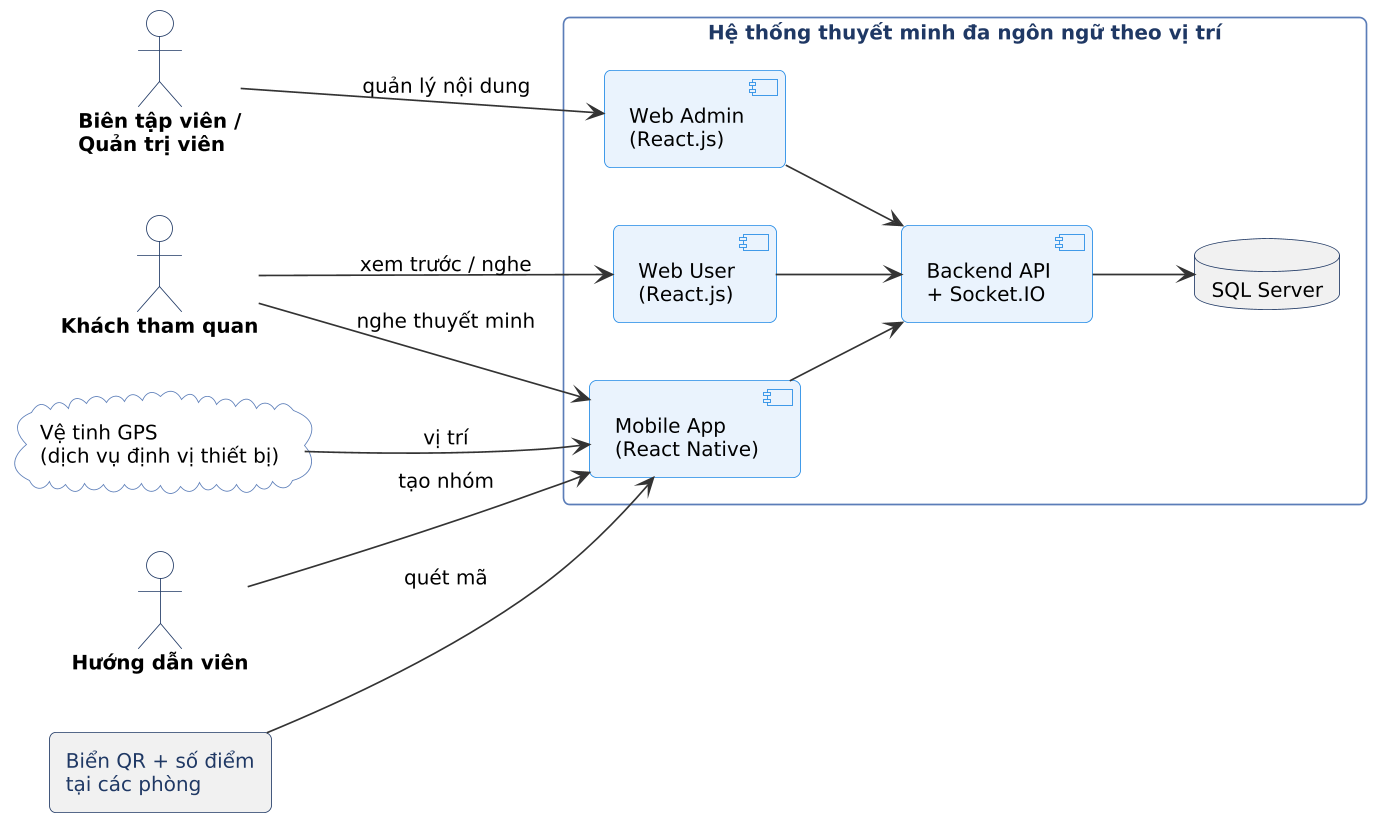
Before: docs/diagrams/context.png, a diagram exported from PlantUML (quangdieuluong2006-ctrl/CNPM_DinhDocLap).
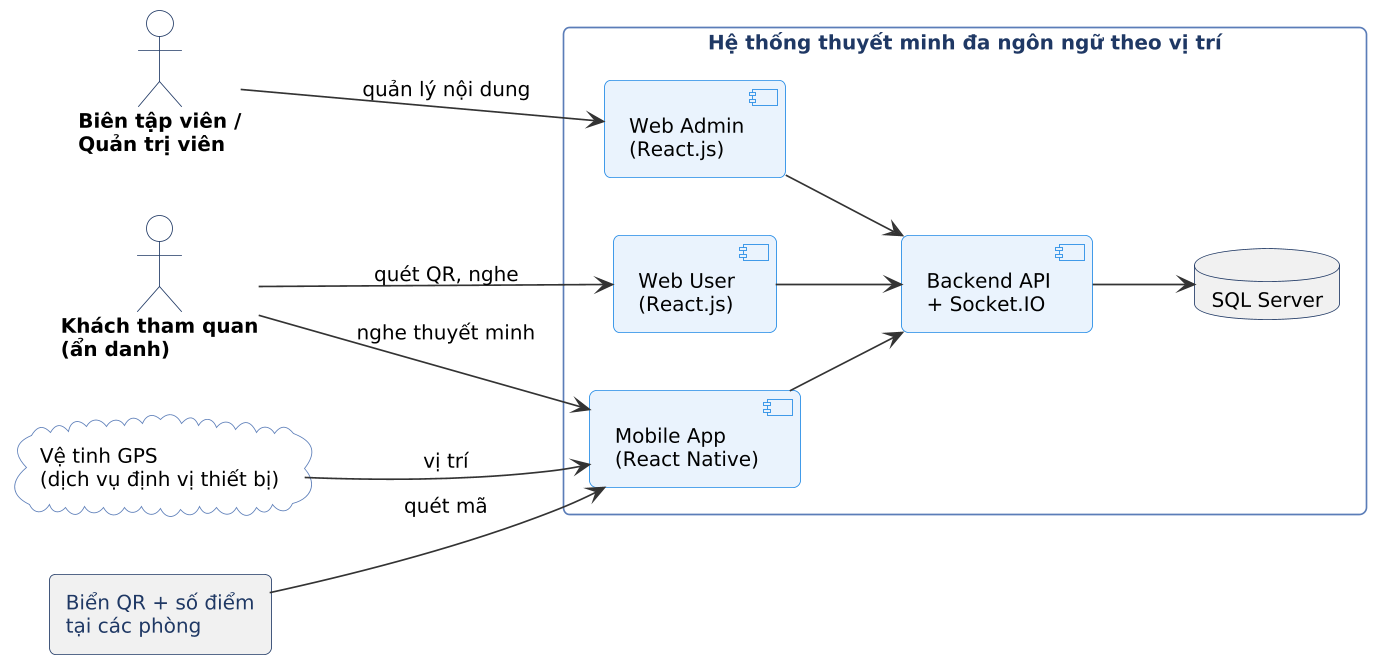
Later version of the same file.

The edit, as a diff of the source:
```diff
@@ -1,8 +1,7 @@
 @startuml
 !include skin.iuml
 left to right direction
-actor "Khách tham quan" as V
-actor "Hướng dẫn viên" as G
+actor "Khách tham quan\n(ẩn danh)" as V
 actor "Biên tập viên /\nQuản trị viên" as A
 rectangle "Hệ thống thuyết minh đa ngôn ngữ theo vị trí" as S {
   component "Mobile App\n(React Native)" as M
@@ -14,8 +13,7 @@
 cloud "Vệ tinh GPS\n(dịch vụ định vị thiết bị)" as GPS
 rectangle "Biển QR + số điểm\ntại các phòng" as QR
 V --> M : nghe thuyết minh
-V --> WU : xem trước / nghe
-G --> M : tạo nhóm
+V --> WU : quét QR, nghe
 A --> WA : quản lý nội dung
 GPS --> M : vị trí
 QR --> M : quét mã
```
